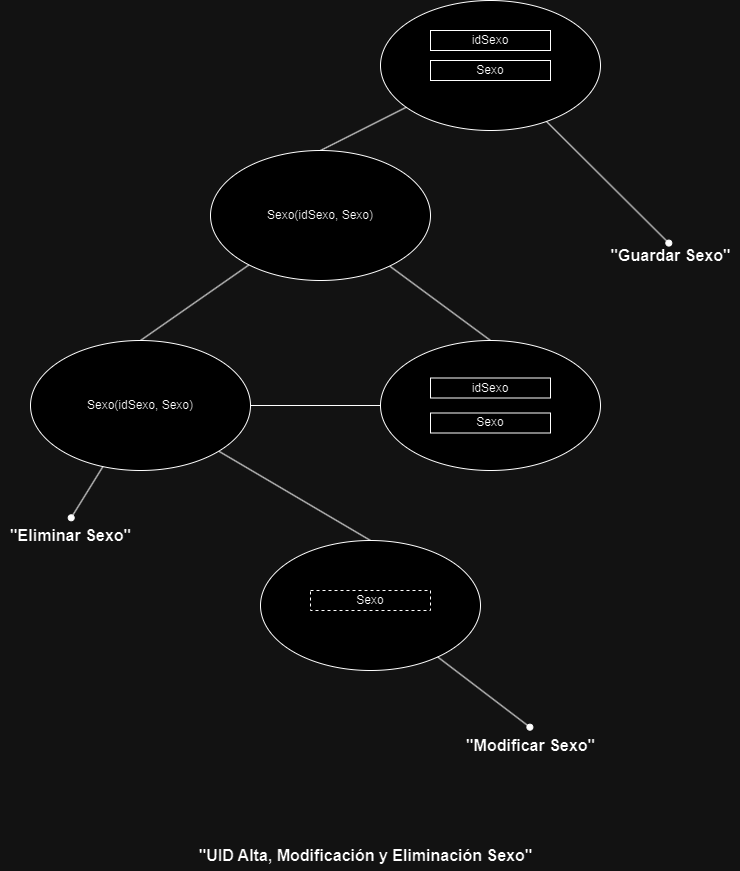
Before: docs/resources/UID's/UIDAltaModificaciónEliminaciónSexo.png, a diagram exported from draw.io (Gabito-17/proyectoDisenoWeb). Source tidied: cells renumbered, new cells last; positions are measured from the earlier drawing's top-left corner, leaving out a move shared by most shapes.
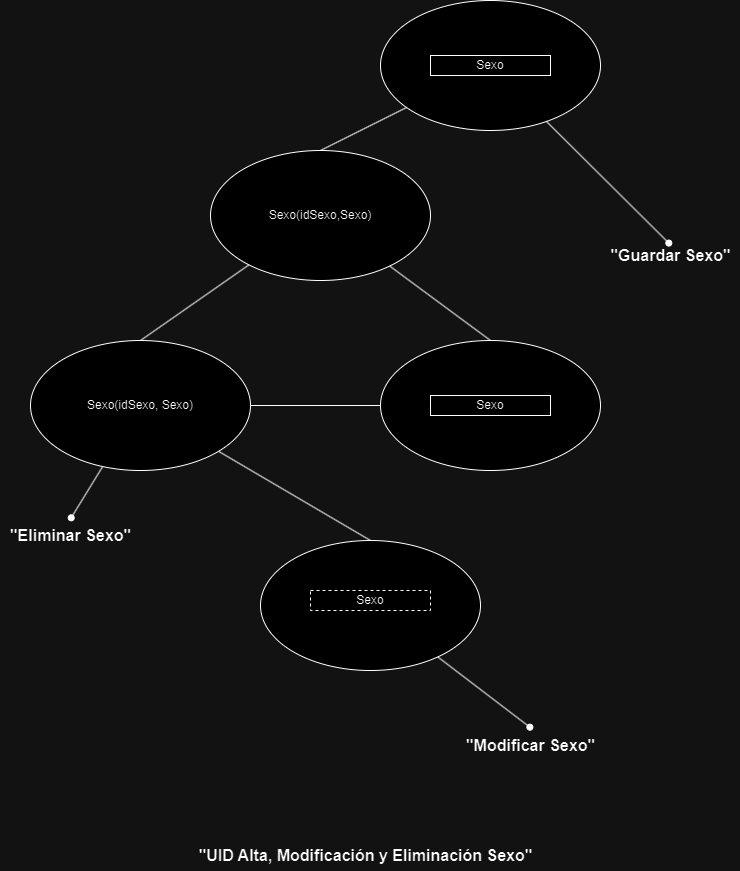
Later version of the same file.

Diff of the diagram source:
```diff
@@ -14,11 +14,11 @@
     <mxCell id="5" style="rounded=0;jettySize=auto;html=1;entryX=0.5;entryY=0;entryDx=0;entryDy=0;endArrow=none;endFill=0;" parent="1" edge="1" source="6" target="19">
       <mxGeometry relative="1" as="geometry" />
     </mxCell>
-    <mxCell id="6" value="Sexo(idSexo, Sexo&lt;span style=&quot;background-color: initial;&quot;&gt;)&lt;/span&gt;" style="ellipse;whiteSpace=wrap;html=1;" parent="1" vertex="1">
+    <mxCell id="6" value="Sexo(idSexo,Sexo&lt;span style=&quot;background-color: initial;&quot;&gt;)&lt;/span&gt;" style="ellipse;whiteSpace=wrap;html=1;" parent="1" vertex="1">
       <mxGeometry x="210" y="150" width="220" height="130" as="geometry" />
     </mxCell>
     <mxCell id="7" value="Sexo" style="rounded=0;whiteSpace=wrap;html=1;" parent="1" vertex="1">
-      <mxGeometry x="430" y="60" width="120" height="20" as="geometry" />
+      <mxGeometry x="430" y="55" width="120" height="20" as="geometry" />
     </mxCell>
     <mxCell id="8" value="&lt;b&gt;&lt;font style=&quot;font-size: 16px;&quot;&gt;&quot;Guardar Sexo&quot;&lt;/font&gt;&lt;/b&gt;" style="text;html=1;align=center;verticalAlign=middle;points=[];strokeColor=none;fillColor=none;" parent="1" vertex="1">
       <mxGeometry x="600" y="240" width="140" height="30" as="geometry" />
@@ -56,17 +56,11 @@
     <mxCell id="19" style="ellipse;whiteSpace=wrap;html=1;" parent="1" vertex="1">
       <mxGeometry x="380" y="340" width="220" height="130" as="geometry" />
     </mxCell>
-    <mxCell id="20" value="idSexo" style="rounded=0;whiteSpace=wrap;html=1;" parent="1" vertex="1">
-      <mxGeometry x="430" y="377.5" width="120" height="20" as="geometry" />
-    </mxCell>
     <mxCell id="21" value="&lt;b&gt;&lt;font style=&quot;font-size: 16px;&quot;&gt;&quot;UID Alta, Modificación y Eliminación&amp;nbsp;&lt;/font&gt;&lt;/b&gt;&lt;b&gt;&lt;font style=&quot;font-size: 16px;&quot;&gt;Sexo&lt;/font&gt;&lt;/b&gt;&lt;b&gt;&lt;font style=&quot;font-size: 16px;&quot;&gt;&quot;&lt;/font&gt;&lt;/b&gt;" style="text;html=1;align=center;verticalAlign=middle;strokeColor=none;fillColor=none;" parent="1" vertex="1">
       <mxGeometry x="185" y="840" width="360" height="30" as="geometry" />
     </mxCell>
     <mxCell id="22" value="Sexo" style="rounded=0;whiteSpace=wrap;html=1;" parent="1" vertex="1">
-      <mxGeometry x="430" y="412.5" width="120" height="20" as="geometry" />
+      <mxGeometry x="430" y="395" width="120" height="20" as="geometry" />
     </mxCell>
-    <mxCell id="23" value="idSexo" style="rounded=0;whiteSpace=wrap;html=1;" parent="1" vertex="1">
-      <mxGeometry x="430" y="30" width="120" height="20" as="geometry" />
-    </mxCell>
   </root>
 </mxGraphModel>
```
